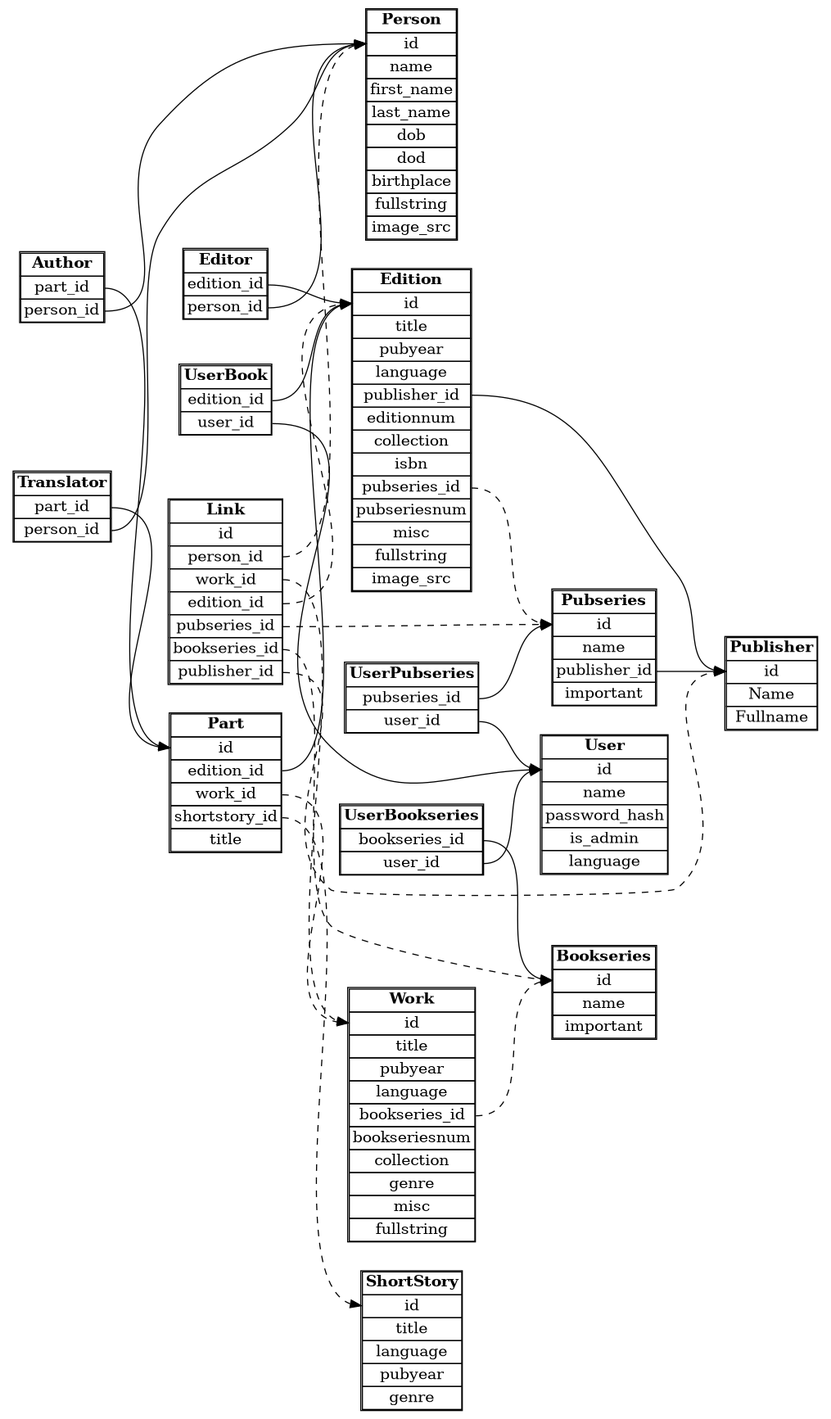
Earlier version of the Graphviz export db-schema.png (Makistos/suomisf). Its source is kept beside it as db-schema.gv.
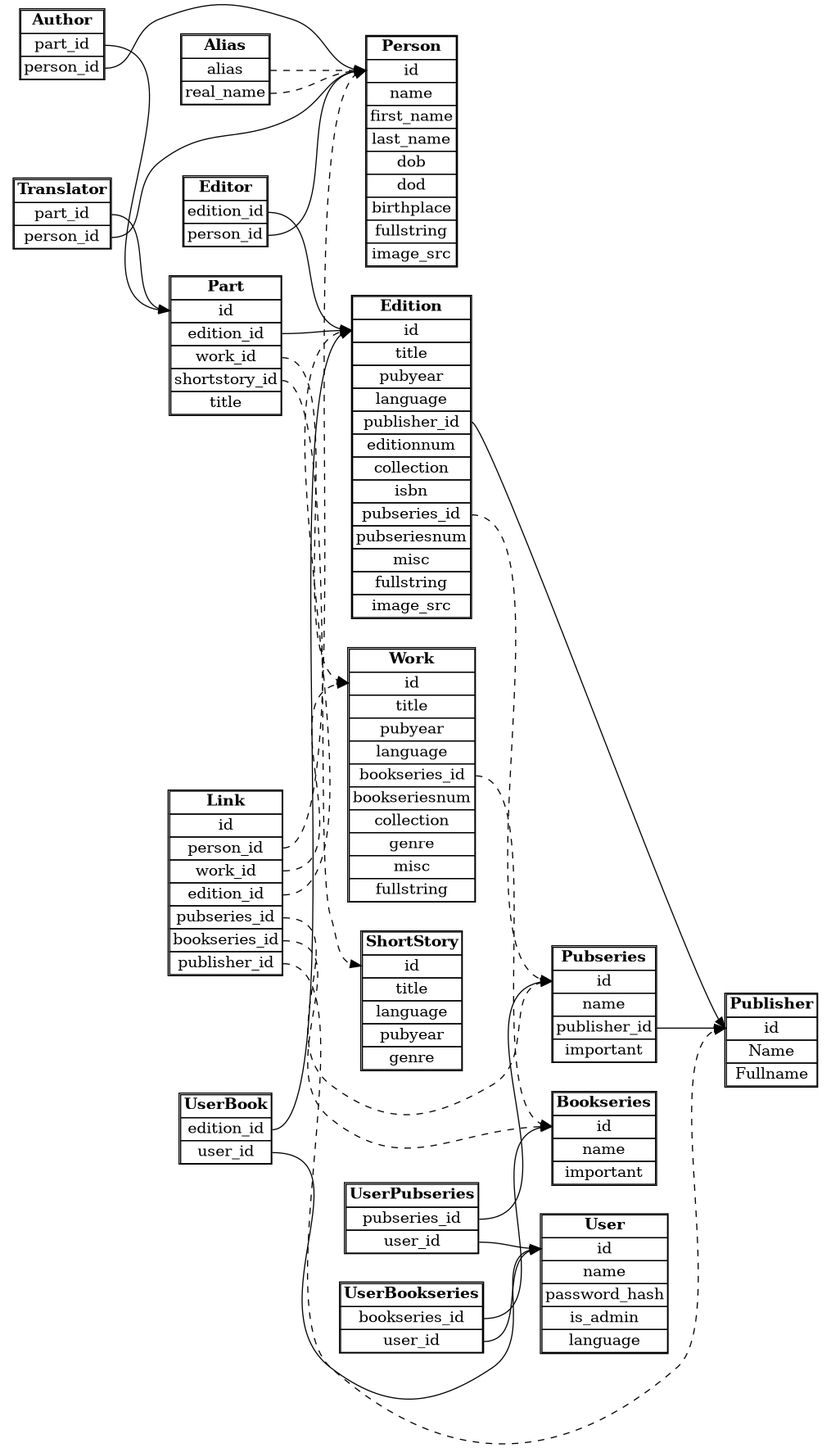
The same file after the commit.

Commit message:
Added alias table to schema. Some small fixes.

Change to the diagram source:
```diff
@@ -68,6 +68,15 @@
                 <TR><TD>image_src</TD></TR>
 		</TABLE>
 		>];
+        Alias [
+                label =<
+		<TABLE BORDER="1" CELLBORDER="1" CELLSPACING="0">
+		<TR><TD><B>Alias</B></TD></TR>
+                <TR><TD PORT="alias">alias</TD></TR>
+                <TR><TD PORT="realname">real_name</TD></TR>
+		</TABLE>
+		>];
+
 	Work [
 		label =<
 		<TABLE BORDER="1" CELLBORDER="1" CELLSPACING="0">
@@ -203,4 +212,6 @@
         Link:pubseriesid -> Pubseries:id [style=dashed];
         Link:bookseriesid -> Bookseries:id [style=dashed];
         Link:publisherid -> Publisher:id [style=dashed];
+        Alias:alias -> Person:id [style=dashed];
+        Alias:realname -> Person:id [style=dashed];
 }
```
